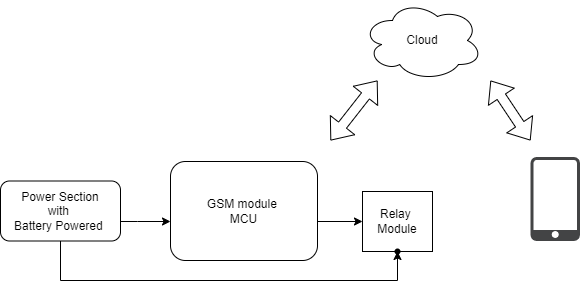
Dileepkv/Battery-Powerd-Remote-Monitoring-System keeps this draw.io diagram as Untitled Diagram.drawio.png. Above is the earlier version. Source tidied: cells renumbered, new cells last; positions are measured from the earlier drawing's top-left corner, leaving out a move shared by most shapes.
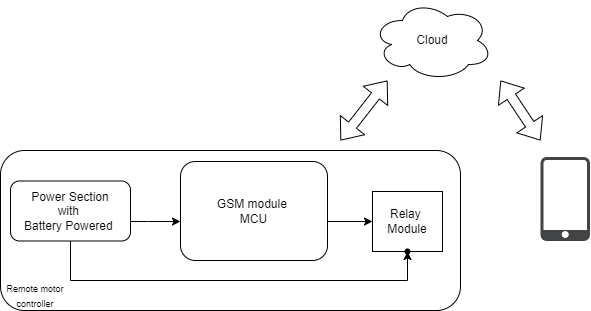
Later version of the same file.

What changed in the source:
```diff
@@ -2,6 +2,9 @@
   <root>
     <mxCell id="0" />
     <mxCell id="1" parent="0" />
+    <mxCell id="13" style="rounded=1;whiteSpace=wrap;html=1;" parent="1" vertex="1">
+      <mxGeometry x="-10" y="150" width="460" height="160" as="geometry" />
+    </mxCell>
     <mxCell id="2" value="GSM module&amp;nbsp;&lt;br&gt;MCU" style="rounded=1;whiteSpace=wrap;html=1;" parent="1" vertex="1">
       <mxGeometry x="170" y="161" width="147" height="99" as="geometry" />
     </mxCell>
@@ -53,5 +56,8 @@
         <mxPoint x="530" y="140" as="targetPoint" />
       </mxGeometry>
     </mxCell>
+    <mxCell id="14" value="&lt;font style=&quot;font-size: 9px;&quot;&gt;Remote motor controller&lt;/font&gt;" style="text;html=1;strokeColor=none;fillColor=none;align=center;verticalAlign=middle;whiteSpace=wrap;rounded=0;" parent="1" vertex="1">
+      <mxGeometry x="-10" y="280" width="70" height="30" as="geometry" />
+    </mxCell>
   </root>
 </mxGraphModel>
```
